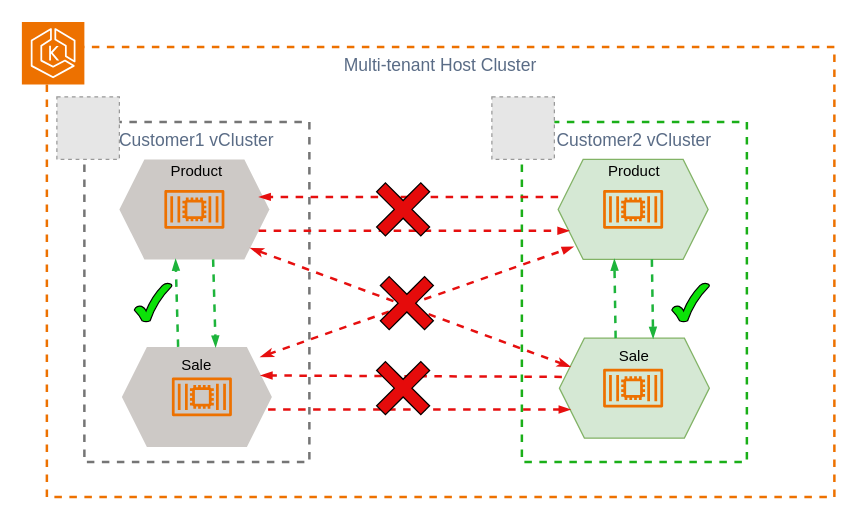
This is architetcure/RefArchitecture.drawio from aws-samples/amazon-eks-multitenancy-with-loft-virtualcluster, a draw.io file, before an edit. Source tidied: cells renumbered, new cells numbered last; positions are measured from the earlier drawing's top-left corner, leaving out a move shared by most shapes. Both pictures are drawn from the tidied source at 125%, with x=0, y=0 at pixel (21, 21). Pictures stored in the file or linked from it are replaced by grey dashed boxes.
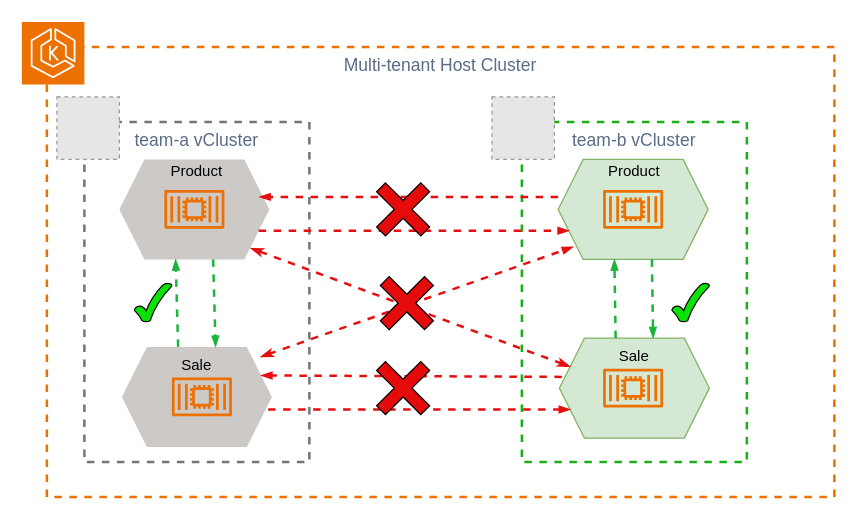
The same page after the edit.

The edit, as a diff of the source:
```diff
@@
-    <mxCell id="4" value="&lt;font style=&quot;font-size: 14px;&quot;&gt;Customer1 vCluster&lt;/font&gt;" style="fillColor=none;strokeColor=#757575;dashed=1;verticalAlign=top;fontStyle=0;fontColor=#5A6C86;whiteSpace=wrap;html=1;strokeWidth=2;" parent="1" vertex="1">
+    <mxCell id="4" value="&lt;font style=&quot;font-size: 14px;&quot;&gt;team-a vCluster&lt;/font&gt;" style="fillColor=none;strokeColor=#757575;dashed=1;verticalAlign=top;fontStyle=0;fontColor=#5A6C86;whiteSpace=wrap;html=1;strokeWidth=2;" parent="1" vertex="1">
       <mxGeometry x="50" y="80" width="180" height="272" as="geometry" />
     </mxCell>
-    <mxCell id="5" value="&lt;font style=&quot;font-size: 14px;&quot;&gt;Customer2 vCluster&lt;/font&gt;" style="fillColor=none;strokeColor=#1aaf18;dashed=1;verticalAlign=top;fontStyle=0;fontColor=#5A6C86;whiteSpace=wrap;html=1;strokeWidth=2;" parent="1" vertex="1">
+    <mxCell id="5" value="&lt;font style=&quot;font-size: 14px;&quot;&gt;team-b vCluster&lt;/font&gt;" style="fillColor=none;strokeColor=#1aaf18;dashed=1;verticalAlign=top;fontStyle=0;fontColor=#5A6C86;whiteSpace=wrap;html=1;strokeWidth=2;" parent="1" vertex="1">
       <mxGeometry x="400" y="80" width="180" height="272" as="geometry" />
     </mxCell>
```
